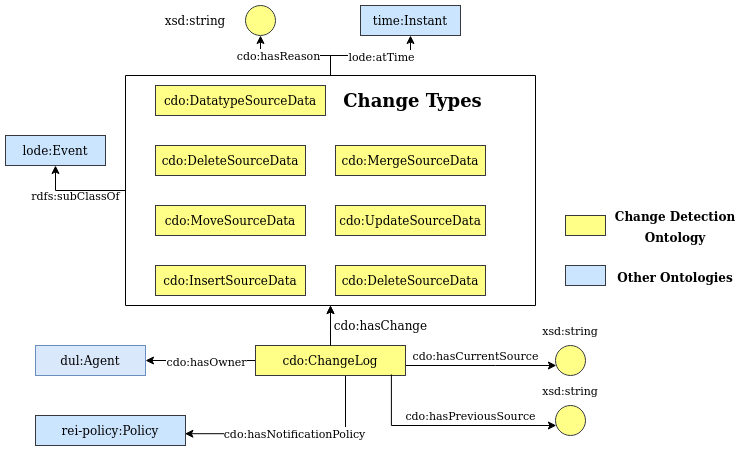
This is images/class_interaction.png from alex-randles/Change-Detection-Ontology, a draw.io export, as it was before one commit. Source tidied: cells renumbered, new cells last; positions are measured from the earlier drawing's top-left corner, leaving out a move shared by most shapes.
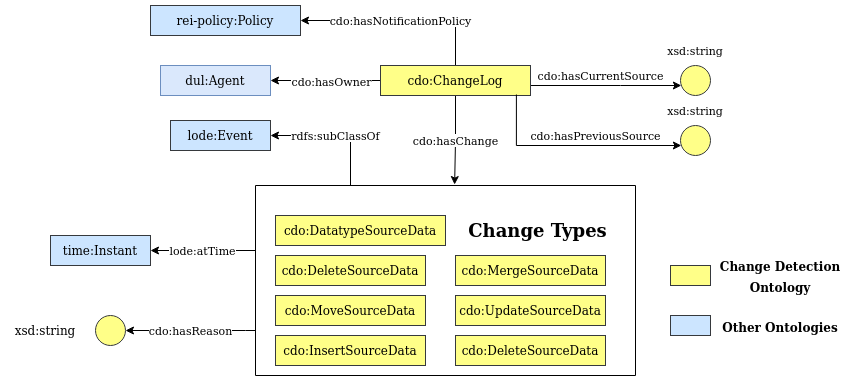
Later version of the same file.

Change to the diagram source:
```diff
@@ -2,12 +2,6 @@
   <root>
     <mxCell id="0" />
     <mxCell id="1" parent="0" />
-    <mxCell id="2" value="cdo:InsertSourceData" style="rounded=0;whiteSpace=wrap;html=1;fillColor=#ffff88;strokeColor=#36393d;" parent="1" vertex="1">
-      <mxGeometry x="150" y="260" width="150" height="30" as="geometry" />
-    </mxCell>
-    <mxCell id="3" value="cdo:DeleteSourceData" style="rounded=0;whiteSpace=wrap;html=1;fillColor=#ffff88;strokeColor=#36393d;" parent="1" vertex="1">
-      <mxGeometry x="330" y="260" width="150" height="30" as="geometry" />
-    </mxCell>
     <mxCell id="4" style="edgeStyle=orthogonalEdgeStyle;rounded=0;jettySize=auto;html=1;entryX=1;entryY=0.5;entryDx=0;entryDy=0;" parent="1" edge="1" source="9" target="15">
       <mxGeometry relative="1" as="geometry" />
     </mxCell>
@@ -16,133 +10,134 @@
         <mxPoint x="12" y="-2" as="offset" />
       </mxGeometry>
     </mxCell>
+    <mxCell id="7" style="edgeStyle=orthogonalEdgeStyle;rounded=0;jettySize=auto;html=1;" parent="1" edge="1" source="9" target="17">
+      <mxGeometry relative="1" as="geometry">
+        <Array as="points">
+          <mxPoint x="545" y="440" />
+          <mxPoint x="545" y="440" />
+        </Array>
+      </mxGeometry>
+    </mxCell>
+    <mxCell id="42" style="edgeStyle=orthogonalEdgeStyle;rounded=0;jettySize=auto;html=1;entryX=1;entryY=0.5;entryDx=0;entryDy=0;" parent="1" edge="1" source="9" target="16">
+      <mxGeometry relative="1" as="geometry">
+        <Array as="points">
+          <mxPoint x="380" y="375" />
+        </Array>
+      </mxGeometry>
+    </mxCell>
-    <mxCell id="6" value="cdo:hasNotificationPolicy" style="edgeStyle=orthogonalEdgeStyle;rounded=0;jettySize=auto;html=1;entryX=0.996;entryY=0.607;entryDx=0;entryDy=0;entryPerimeter=0;" parent="1" edge="1" source="9" target="16">
-      <mxGeometry relative="1" as="geometry">
-        <Array as="points">
-          <mxPoint x="340" y="428" />
-        </Array>
-      </mxGeometry>
+    <mxCell id="6" value="cdo:hasNotificationPolicy" style="edgeLabel;html=1;align=center;verticalAlign=middle;" parent="42" vertex="1">
+      <mxGeometry x="0.01" y="-1" relative="1" as="geometry" />
     </mxCell>
-    <mxCell id="7" style="edgeStyle=orthogonalEdgeStyle;rounded=0;jettySize=auto;html=1;" parent="1" edge="1" source="9" target="17">
-      <mxGeometry relative="1" as="geometry">
-        <Array as="points">
-          <mxPoint x="490" y="360" />
-          <mxPoint x="490" y="360" />
-        </Array>
-      </mxGeometry>
-    </mxCell>
-    <mxCell id="8" style="edgeStyle=orthogonalEdgeStyle;rounded=0;jettySize=auto;html=1;entryX=0.5;entryY=1;entryDx=0;entryDy=0;" parent="1" edge="1" source="9" target="33">
-      <mxGeometry relative="1" as="geometry" />
-    </mxCell>
+    <mxCell id="35" value="cdo:hasChange" style="edgeStyle=orthogonalEdgeStyle;rounded=0;jettySize=auto;html=1;entryX=0.524;entryY=-0.005;entryDx=0;entryDy=0;entryPerimeter=0;" parent="1" edge="1" source="9" target="33">
+      <mxGeometry relative="1" as="geometry" />
+    </mxCell>
     <mxCell id="9" value="cdo:ChangeLog" style="rounded=0;whiteSpace=wrap;html=1;fillColor=#ffff88;strokeColor=#36393d;" parent="1" vertex="1">
-      <mxGeometry x="250" y="340" width="150" height="30" as="geometry" />
+      <mxGeometry x="305" y="420" width="150" height="30" as="geometry" />
     </mxCell>
-    <mxCell id="10" style="ellipse;whiteSpace=wrap;html=1;fillColor=#ffff88;strokeColor=#36393d;" parent="1" vertex="1">
-      <mxGeometry x="240" width="30" height="30" as="geometry" />
-    </mxCell>
-    <mxCell id="11" value="xsd:string" style="text;html=1;strokeColor=none;fillColor=none;align=center;verticalAlign=middle;whiteSpace=wrap;rounded=0;" parent="1" vertex="1">
-      <mxGeometry x="150" y="10" width="80" height="10" as="geometry" />
-    </mxCell>
-    <mxCell id="12" style="edgeStyle=orthogonalEdgeStyle;rounded=0;jettySize=auto;html=1;entryX=0.5;entryY=0;entryDx=0;entryDy=0;startArrow=classic;startFill=1;endArrow=none;endFill=0;" parent="1" edge="1" source="14" target="33">
-      <mxGeometry relative="1" as="geometry">
-        <Array as="points">
-          <mxPoint x="405" y="50" />
-          <mxPoint x="325" y="50" />
-        </Array>
-      </mxGeometry>
-    </mxCell>
-    <mxCell id="13" value="lode:atTime" style="edgeLabel;html=1;align=center;verticalAlign=middle;" parent="12" vertex="1">
-      <mxGeometry x="-0.13" y="1" relative="1" as="geometry">
-        <mxPoint x="2" y="-1" as="offset" />
-      </mxGeometry>
-    </mxCell>
-    <mxCell id="14" value="time:Instant" style="rounded=0;whiteSpace=wrap;html=1;fillColor=#cce5ff;strokeColor=#36393d;" parent="1" vertex="1">
-      <mxGeometry x="355" width="100" height="30" as="geometry" />
-    </mxCell>
     <mxCell id="15" value="dul:Agent" style="rounded=0;whiteSpace=wrap;html=1;fillColor=#dae8fc;strokeColor=#6c8ebf;" parent="1" vertex="1">
-      <mxGeometry x="30" y="340" width="110" height="30" as="geometry" />
+      <mxGeometry x="85" y="420" width="110" height="30" as="geometry" />
     </mxCell>
     <mxCell id="16" value="rei-policy:Policy" style="rounded=0;whiteSpace=wrap;html=1;fillColor=#cce5ff;strokeColor=#36393d;" parent="1" vertex="1">
-      <mxGeometry x="30" y="410" width="150" height="30" as="geometry" />
+      <mxGeometry x="75" y="360" width="150" height="30" as="geometry" />
     </mxCell>
     <mxCell id="17" style="ellipse;whiteSpace=wrap;html=1;fillColor=#ffff88;strokeColor=#36393d;" parent="1" vertex="1">
-      <mxGeometry x="550" y="340" width="30" height="30" as="geometry" />
+      <mxGeometry x="605" y="420" width="30" height="30" as="geometry" />
     </mxCell>
     <mxCell id="18" value="xsd:string" style="text;html=1;strokeColor=none;fillColor=none;align=center;verticalAlign=middle;whiteSpace=wrap;rounded=0;fontSize=11;" parent="1" vertex="1">
-      <mxGeometry x="550" y="320" width="30" height="10" as="geometry" />
+      <mxGeometry x="605" y="400" width="30" height="10" as="geometry" />
     </mxCell>
     <mxCell id="19" style="edgeStyle=orthogonalEdgeStyle;rounded=0;jettySize=auto;html=1;startArrow=classic;startFill=1;endArrow=none;endFill=0;entryX=0.906;entryY=0.967;entryDx=0;entryDy=0;entryPerimeter=0;" parent="1" edge="1" source="20" target="9">
       <mxGeometry relative="1" as="geometry">
         <Array as="points">
-          <mxPoint x="386" y="420" />
+          <mxPoint x="441" y="500" />
         </Array>
       </mxGeometry>
     </mxCell>
     <mxCell id="20" style="ellipse;whiteSpace=wrap;html=1;fillColor=#ffff88;strokeColor=#36393d;" parent="1" vertex="1">
-      <mxGeometry x="550" y="400" width="30" height="30" as="geometry" />
+      <mxGeometry x="605" y="480" width="30" height="30" as="geometry" />
     </mxCell>
     <mxCell id="21" value="xsd:string" style="text;html=1;strokeColor=none;fillColor=none;align=center;verticalAlign=middle;whiteSpace=wrap;rounded=0;fontSize=11;" parent="1" vertex="1">
-      <mxGeometry x="550" y="380" width="30" height="10" as="geometry" />
+      <mxGeometry x="605" y="460" width="30" height="10" as="geometry" />
     </mxCell>
     <mxCell id="22" value="&lt;font style=&quot;font-size: 11px;&quot;&gt;cdo:hasCurrentSource&lt;/font&gt;" style="text;html=1;align=center;verticalAlign=middle;strokeColor=none;fillColor=none;" parent="1" vertex="1">
-      <mxGeometry x="400" y="340" width="140" height="20" as="geometry" />
+      <mxGeometry x="455" y="420" width="140" height="20" as="geometry" />
     </mxCell>
     <mxCell id="23" value="&lt;font style=&quot;font-size: 11px;&quot;&gt;cdo:hasPreviousSource&lt;/font&gt;" style="text;html=1;align=center;verticalAlign=middle;strokeColor=none;fillColor=none;" parent="1" vertex="1">
-      <mxGeometry x="390" y="400" width="150" height="20" as="geometry" />
+      <mxGeometry x="445" y="480" width="150" height="20" as="geometry" />
     </mxCell>
+    <mxCell id="31" value="cdo:hasReason" style="edgeStyle=orthogonalEdgeStyle;rounded=0;jettySize=auto;html=1;entryX=1;entryY=0.5;entryDx=0;entryDy=0;startArrow=none;startFill=0;endArrow=classic;endFill=1;" parent="1" edge="1" source="33" target="43">
+      <mxGeometry relative="1" as="geometry">
+        <Array as="points">
+          <mxPoint x="170" y="685" />
+          <mxPoint x="170" y="685" />
+        </Array>
+      </mxGeometry>
+    </mxCell>
+    <mxCell id="13" value="lode:atTime" style="edgeStyle=orthogonalEdgeStyle;rounded=0;jettySize=auto;html=1;startArrow=none;startFill=0;endArrow=classic;endFill=1;" parent="1" edge="1" source="33" target="14">
+      <mxGeometry relative="1" as="geometry">
+        <Array as="points">
+          <mxPoint x="160" y="605" />
+          <mxPoint x="160" y="605" />
+        </Array>
+      </mxGeometry>
+    </mxCell>
+    <mxCell id="33" style="swimlane;startSize=0;fontSize=11;fillColor=none;" parent="1" vertex="1">
+      <mxGeometry x="180" y="540" width="380" height="190" as="geometry" />
+    </mxCell>
+    <mxCell id="34" value="&lt;b&gt;&lt;font style=&quot;font-size: 18px;&quot;&gt;Change Types&lt;/font&gt;&lt;/b&gt;" style="text;html=1;strokeColor=none;fillColor=none;align=center;verticalAlign=middle;whiteSpace=wrap;rounded=0;fontSize=11;" parent="33" vertex="1">
+      <mxGeometry x="205" y="30" width="155" height="30" as="geometry" />
+    </mxCell>
+    <mxCell id="2" value="cdo:InsertSourceData" style="rounded=0;whiteSpace=wrap;html=1;fillColor=#ffff88;strokeColor=#36393d;" parent="33" vertex="1">
+      <mxGeometry x="20" y="150" width="150" height="30" as="geometry" />
+    </mxCell>
+    <mxCell id="3" value="cdo:DeleteSourceData" style="rounded=0;whiteSpace=wrap;html=1;fillColor=#ffff88;strokeColor=#36393d;" parent="33" vertex="1">
+      <mxGeometry x="200" y="150" width="150" height="30" as="geometry" />
+    </mxCell>
-    <mxCell id="24" value="cdo:MoveSourceData" style="rounded=0;whiteSpace=wrap;html=1;fillColor=#ffff88;strokeColor=#36393d;" parent="1" vertex="1">
-      <mxGeometry x="150" y="200" width="150" height="30" as="geometry" />
+    <mxCell id="24" value="cdo:MoveSourceData" style="rounded=0;whiteSpace=wrap;html=1;fillColor=#ffff88;strokeColor=#36393d;" parent="33" vertex="1">
+      <mxGeometry x="20" y="110" width="150" height="30" as="geometry" />
     </mxCell>
-    <mxCell id="25" value="cdo:UpdateSourceData" style="rounded=0;whiteSpace=wrap;html=1;fillColor=#ffff88;strokeColor=#36393d;" parent="1" vertex="1">
-      <mxGeometry x="330" y="200" width="150" height="30" as="geometry" />
+    <mxCell id="25" value="cdo:UpdateSourceData" style="rounded=0;whiteSpace=wrap;html=1;fillColor=#ffff88;strokeColor=#36393d;" parent="33" vertex="1">
+      <mxGeometry x="200" y="110" width="150" height="30" as="geometry" />
     </mxCell>
-    <mxCell id="26" value="cdo:DeleteSourceData" style="rounded=0;whiteSpace=wrap;html=1;fillColor=#ffff88;strokeColor=#36393d;" parent="1" vertex="1">
-      <mxGeometry x="150" y="140" width="150" height="30" as="geometry" />
+    <mxCell id="26" value="cdo:DeleteSourceData" style="rounded=0;whiteSpace=wrap;html=1;fillColor=#ffff88;strokeColor=#36393d;" parent="33" vertex="1">
+      <mxGeometry x="20" y="70" width="150" height="30" as="geometry" />
     </mxCell>
-    <mxCell id="27" value="cdo:MergeSourceData" style="rounded=0;whiteSpace=wrap;html=1;fillColor=#ffff88;strokeColor=#36393d;" parent="1" vertex="1">
-      <mxGeometry x="330" y="140" width="150" height="30" as="geometry" />
+    <mxCell id="27" value="cdo:MergeSourceData" style="rounded=0;whiteSpace=wrap;html=1;fillColor=#ffff88;strokeColor=#36393d;" parent="33" vertex="1">
+      <mxGeometry x="200" y="70" width="150" height="30" as="geometry" />
     </mxCell>
-    <mxCell id="28" value="cdo:DatatypeSourceData" style="rounded=0;whiteSpace=wrap;html=1;fillColor=#ffff88;strokeColor=#36393d;" parent="1" vertex="1">
-      <mxGeometry x="150" y="80" width="170" height="30" as="geometry" />
+    <mxCell id="28" value="cdo:DatatypeSourceData" style="rounded=0;whiteSpace=wrap;html=1;fillColor=#ffff88;strokeColor=#36393d;" parent="33" vertex="1">
+      <mxGeometry x="20" y="30" width="170" height="30" as="geometry" />
     </mxCell>
-    <mxCell id="29" style="edgeStyle=orthogonalEdgeStyle;rounded=0;jettySize=auto;html=1;endArrow=none;endFill=0;startArrow=classic;startFill=1;" parent="1" edge="1" source="33" target="9">
-      <mxGeometry relative="1" as="geometry" />
-    </mxCell>
-    <mxCell id="30" style="edgeStyle=orthogonalEdgeStyle;rounded=0;jettySize=auto;html=1;entryX=0.5;entryY=1;entryDx=0;entryDy=0;" parent="1" edge="1" source="33" target="10">
-      <mxGeometry relative="1" as="geometry" />
-    </mxCell>
-    <mxCell id="31" value="cdo:hasReason" style="edgeLabel;html=1;align=center;verticalAlign=middle;" parent="30" vertex="1">
-      <mxGeometry x="0.33" y="-1" relative="1" as="geometry" />
-    </mxCell>
-    <mxCell id="32" style="edgeStyle=orthogonalEdgeStyle;rounded=0;jettySize=auto;html=1;entryX=0.5;entryY=1;entryDx=0;entryDy=0;fontSize=11;startArrow=none;startFill=0;endArrow=classic;endFill=1;" parent="1" edge="1" source="33" target="36">
-      <mxGeometry relative="1" as="geometry" />
-    </mxCell>
-    <mxCell id="33" style="swimlane;startSize=0;fontSize=11;fillColor=none;" parent="1" vertex="1">
-      <mxGeometry x="120" y="70" width="410" height="230" as="geometry" />
-    </mxCell>
-    <mxCell id="34" value="&lt;b&gt;&lt;font style=&quot;font-size: 18px;&quot;&gt;Change Types&lt;/font&gt;&lt;/b&gt;" style="text;html=1;strokeColor=none;fillColor=none;align=center;verticalAlign=middle;whiteSpace=wrap;rounded=0;fontSize=11;" parent="33" vertex="1">
-      <mxGeometry x="210" y="10" width="155" height="30" as="geometry" />
-    </mxCell>
-    <mxCell id="35" value="cdo:hasChange" style="text;html=1;align=center;verticalAlign=middle;strokeColor=none;fillColor=none;" parent="1" vertex="1">
-      <mxGeometry x="320" y="310" width="110" height="20" as="geometry" />
-    </mxCell>
+    <mxCell id="37" value="rdfs:subClassOf" style="edgeStyle=orthogonalEdgeStyle;rounded=0;jettySize=auto;html=1;entryX=0.25;entryY=0;entryDx=0;entryDy=0;startArrow=classic;startFill=1;endArrow=none;endFill=0;" parent="1" edge="1" source="36" target="33">
+      <mxGeometry relative="1" as="geometry">
+        <Array as="points">
+          <mxPoint x="275" y="490" />
+        </Array>
+      </mxGeometry>
+    </mxCell>
     <mxCell id="36" value="lode:Event" style="rounded=0;whiteSpace=wrap;html=1;fillColor=#cce5ff;strokeColor=#36393d;" parent="1" vertex="1">
-      <mxGeometry y="130" width="100" height="30" as="geometry" />
+      <mxGeometry x="95" y="475" width="100" height="30" as="geometry" />
     </mxCell>
-    <mxCell id="37" value="rdfs:subClassOf" style="text;html=1;align=center;verticalAlign=middle;strokeColor=none;fillColor=none;fontSize=11;" parent="1" vertex="1">
-      <mxGeometry x="20" y="180" width="100" height="20" as="geometry" />
-    </mxCell>
     <mxCell id="38" style="rounded=0;whiteSpace=wrap;html=1;fillColor=#cce5ff;strokeColor=#36393d;" parent="1" vertex="1">
-      <mxGeometry x="560" y="260" width="40" height="20" as="geometry" />
+      <mxGeometry x="595" y="670" width="40" height="20" as="geometry" />
     </mxCell>
     <mxCell id="39" style="rounded=0;whiteSpace=wrap;html=1;fillColor=#ffff88;strokeColor=#36393d;" parent="1" vertex="1">
-      <mxGeometry x="560" y="210" width="40" height="20" as="geometry" />
+      <mxGeometry x="595" y="620" width="40" height="20" as="geometry" />
     </mxCell>
     <mxCell id="40" value="&lt;b&gt;&lt;font style=&quot;font-size: 12px;&quot;&gt;Change Detection Ontology &lt;/font&gt;&lt;/b&gt;" style="text;html=1;strokeColor=none;fillColor=none;align=center;verticalAlign=middle;whiteSpace=wrap;rounded=0;fontSize=18;" parent="1" vertex="1">
-      <mxGeometry x="600" y="210" width="140" height="20" as="geometry" />
+      <mxGeometry x="635" y="620" width="140" height="20" as="geometry" />
     </mxCell>
     <mxCell id="41" value="&lt;b&gt;&lt;font style=&quot;font-size: 12px;&quot;&gt;Other Ontologies&lt;/font&gt;&lt;/b&gt;" style="text;html=1;strokeColor=none;fillColor=none;align=center;verticalAlign=middle;whiteSpace=wrap;rounded=0;fontSize=18;" parent="1" vertex="1">
-      <mxGeometry x="600" y="260" width="140" height="20" as="geometry" />
+      <mxGeometry x="635" y="670" width="140" height="20" as="geometry" />
     </mxCell>
+    <mxCell id="43" style="ellipse;whiteSpace=wrap;html=1;fillColor=#ffff88;strokeColor=#36393d;" parent="1" vertex="1">
+      <mxGeometry x="20" y="670" width="30" height="30" as="geometry" />
+    </mxCell>
+    <mxCell id="11" value="xsd:string" style="text;html=1;strokeColor=none;fillColor=none;align=center;verticalAlign=middle;whiteSpace=wrap;rounded=0;" parent="1" vertex="1">
+      <mxGeometry x="-70" y="680" width="80" height="10" as="geometry" />
+    </mxCell>
+    <mxCell id="14" value="time:Instant" style="rounded=0;whiteSpace=wrap;html=1;fillColor=#cce5ff;strokeColor=#36393d;" parent="1" vertex="1">
+      <mxGeometry x="-25" y="590" width="100" height="30" as="geometry" />
+    </mxCell>
   </root>
 </mxGraphModel>
```
